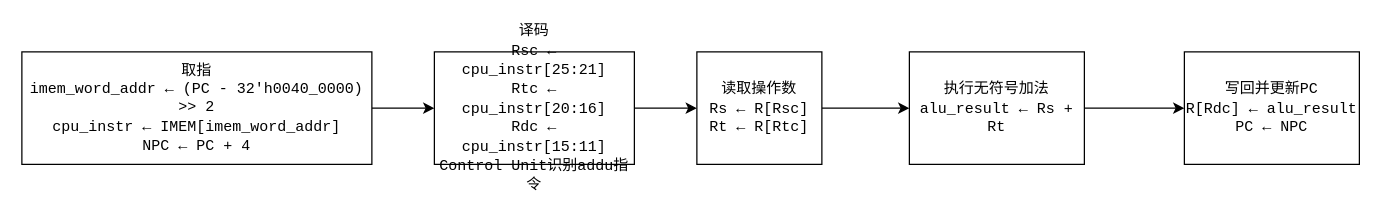
This is Add指令流程图.drawio from LV-ZHU/Computer_Organization_and_Architecture_Course_Design, a draw.io file, before an edit. Source tidied: cells renumbered, new cells numbered last; positions are measured from the earlier drawing's top-left corner, leaving out a move shared by most shapes. Both pictures are drawn from the tidied source at 125%, with x=0, y=0 at pixel (21, 51).
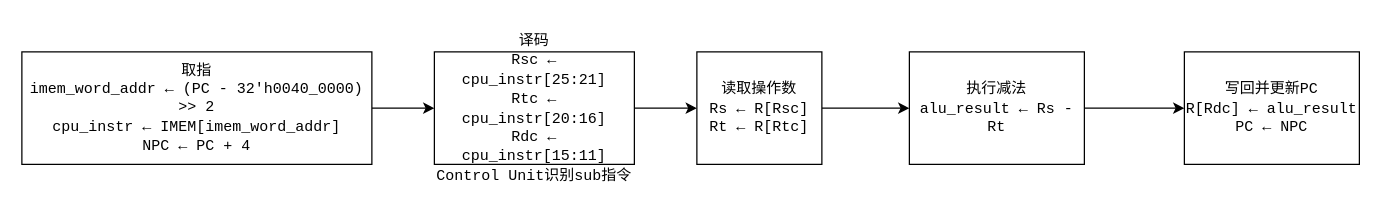
The same diagram, later.

Commit message:
更新sub指令流程图.drawio

What changed in the source:
```diff
@@
 <mxGraphModel>
   <root>
     <mxCell id="0" />
     <mxCell id="1" parent="0" />
     <mxCell id="2" style="edgeStyle=orthogonalEdgeStyle;rounded=0;jettySize=auto;html=1;" parent="1" edge="1" source="3" target="5">
       <mxGeometry relative="1" as="geometry" />
     </mxCell>
     <mxCell id="3" value="取指&lt;div&gt;&lt;code dir=&quot;ltr&quot;&gt;imem_word_addr ← (PC - 32'h0040_0000) &amp;gt;&amp;gt; 2&lt;/code&gt;&lt;br&gt;&lt;code dir=&quot;ltr&quot;&gt;cpu_instr ← IMEM[imem_word_addr]&lt;/code&gt;&lt;br&gt;&lt;code dir=&quot;ltr&quot;&gt;NPC ← PC + 4&lt;/code&gt;&lt;/div&gt;" style="whiteSpace=wrap;html=1;" parent="1" vertex="1">
       <mxGeometry width="280" height="90" as="geometry" />
     </mxCell>
     <mxCell id="4" style="edgeStyle=orthogonalEdgeStyle;rounded=0;jettySize=auto;html=1;" parent="1" edge="1" source="5" target="7">
       <mxGeometry relative="1" as="geometry" />
     </mxCell>
-    <mxCell id="5" value="&lt;div&gt;&lt;code dir=&quot;ltr&quot;&gt;译码&lt;/code&gt;&lt;/div&gt;&lt;code dir=&quot;ltr&quot;&gt;Rsc ← cpu_instr[25:21]&lt;/code&gt;&lt;br&gt;&lt;code dir=&quot;ltr&quot;&gt;Rtc ← cpu_instr[20:16]&lt;/code&gt;&lt;br&gt;&lt;code dir=&quot;ltr&quot;&gt;Rdc ← cpu_instr[15:11]&lt;/code&gt;&lt;br&gt;&lt;code dir=&quot;ltr&quot;&gt;Control Unit识别addu指令&lt;/code&gt;" style="whiteSpace=wrap;html=1;" parent="1" vertex="1">
+    <mxCell id="5" value="&lt;div&gt;&lt;code dir=&quot;ltr&quot;&gt;译码&lt;/code&gt;&lt;/div&gt;&lt;code dir=&quot;ltr&quot;&gt;Rsc ← cpu_instr[25:21]&lt;/code&gt;&lt;br&gt;&lt;code dir=&quot;ltr&quot;&gt;Rtc ← cpu_instr[20:16]&lt;/code&gt;&lt;br&gt;&lt;code dir=&quot;ltr&quot;&gt;Rdc ← cpu_instr[15:11]&lt;/code&gt;&lt;br&gt;&lt;code dir=&quot;ltr&quot;&gt;Control Unit识别sub指令&lt;/code&gt;" style="whiteSpace=wrap;html=1;" parent="1" vertex="1">
       <mxGeometry x="330" width="160" height="90" as="geometry" />
     </mxCell>
     <mxCell id="6" style="edgeStyle=orthogonalEdgeStyle;rounded=0;jettySize=auto;html=1;" parent="1" edge="1" source="7" target="9">
       <mxGeometry relative="1" as="geometry" />
     </mxCell>
     <mxCell id="7" value="&lt;div&gt;&lt;font face=&quot;monospace&quot;&gt;读取操作数&lt;/font&gt;&lt;/div&gt;&lt;div&gt;&lt;code dir=&quot;ltr&quot;&gt;Rs ← R[Rsc]&lt;/code&gt;&lt;br&gt;&lt;code dir=&quot;ltr&quot;&gt;Rt ← R[Rtc]&lt;/code&gt;&lt;font face=&quot;monospace&quot;&gt;&lt;/font&gt;&lt;/div&gt;" style="whiteSpace=wrap;html=1;" parent="1" vertex="1">
       <mxGeometry x="540" width="100" height="90" as="geometry" />
     </mxCell>
     <mxCell id="8" style="edgeStyle=orthogonalEdgeStyle;rounded=0;jettySize=auto;html=1;" parent="1" edge="1" source="9" target="10">
       <mxGeometry relative="1" as="geometry" />
     </mxCell>
-    <mxCell id="9" value="&lt;div&gt;&lt;code&gt;执行无符号加法&lt;/code&gt;&lt;/div&gt;&lt;code&gt;alu_result ← Rs + Rt&lt;/code&gt;" style="whiteSpace=wrap;html=1;" parent="1" vertex="1">
+    <mxCell id="9" value="&lt;div&gt;&lt;code&gt;执行减法&lt;/code&gt;&lt;/div&gt;&lt;code&gt;alu_result ← Rs - Rt&lt;/code&gt;" style="whiteSpace=wrap;html=1;" parent="1" vertex="1">
       <mxGeometry x="710" width="140" height="90" as="geometry" />
     </mxCell>
     <mxCell id="10" value="&lt;font face=&quot;monospace&quot;&gt;写回并更新PC&lt;/font&gt;&lt;div&gt;&lt;code dir=&quot;ltr&quot;&gt;R[Rdc] ← alu_result&lt;/code&gt;&lt;br&gt;&lt;code dir=&quot;ltr&quot;&gt;PC ← NPC&lt;/code&gt;&lt;font face=&quot;monospace&quot;&gt;&lt;/font&gt;&lt;/div&gt;" style="whiteSpace=wrap;html=1;" parent="1" vertex="1">
       <mxGeometry x="930" width="140" height="90" as="geometry" />
     </mxCell>
   </root>
 </mxGraphModel>
```
